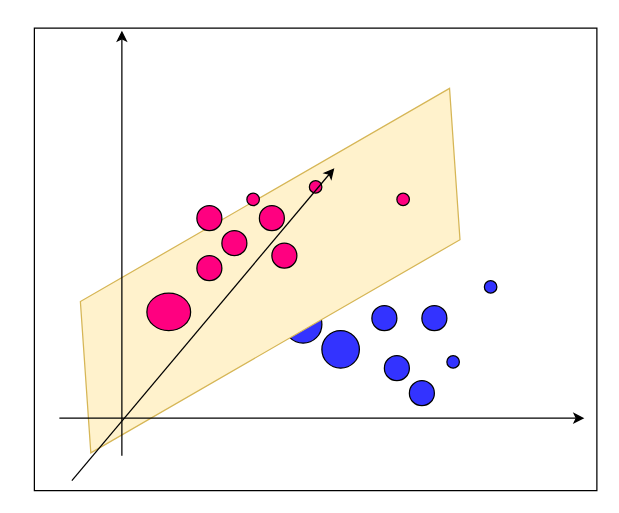
The draw.io diagram 3DSVC.drawio in Chayanika-Basak/draw.io-files, before the edit. Source tidied: cells renumbered, new cells numbered last; positions are measured from the earlier drawing's top-left corner, leaving out a move shared by most shapes. Both pictures are drawn from the tidied source at 125%, with x=0, y=0 at pixel (24, 28).
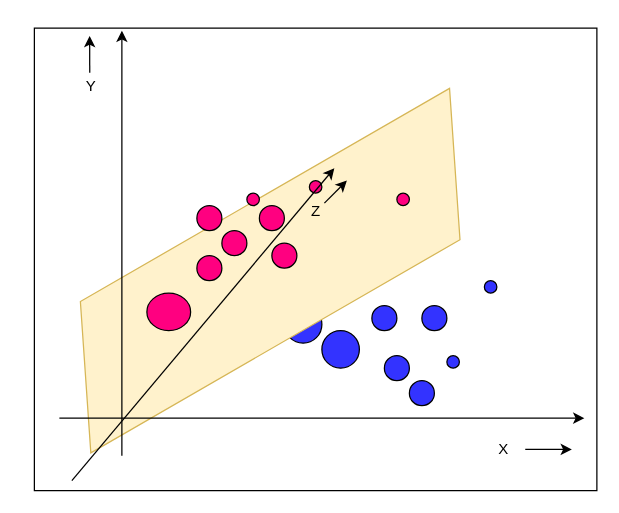
Above is the later version.

The edit, as a diff of the source:
```diff
@@
+    <mxCell id="24" value="Y" style="text;html=1;align=center;verticalAlign=middle;fillColor=none;strokeColor=none;rounded=0;" parent="1" vertex="1">
+      <mxGeometry x="38" y="32" width="30" height="30" as="geometry" />
+    </mxCell>
+    <mxCell id="25" value="Z" style="text;html=1;align=center;verticalAlign=middle;fillColor=none;strokeColor=none;rounded=0;" parent="1" vertex="1">
+      <mxGeometry x="218" y="132" width="30" height="30" as="geometry" />
+    </mxCell>
+    <mxCell id="26" value="X" style="text;html=1;align=center;verticalAlign=middle;fillColor=none;strokeColor=none;rounded=0;" parent="1" vertex="1">
+      <mxGeometry x="368" y="322" width="30" height="30" as="geometry" />
+    </mxCell>
+    <mxCell id="27" style="endArrow=classic;html=1;rounded=0;exitX=0.444;exitY=-0.111;exitDx=0;exitDy=0;exitPerimeter=0;entryX=0.096;entryY=-0.002;entryDx=0;entryDy=0;entryPerimeter=0;" parent="1" edge="1">
+      <mxGeometry relative="1" as="geometry">
+        <mxPoint x="52.3" y="35.7" as="sourcePoint" />
+        <mxPoint x="52.2" y="6.3" as="targetPoint" />
+      </mxGeometry>
+    </mxCell>
+    <mxCell id="28" style="endArrow=classic;html=1;rounded=0;exitX=1.089;exitY=0.6;exitDx=0;exitDy=0;exitPerimeter=0;" parent="1" edge="1">
+      <mxGeometry relative="1" as="geometry">
+        <mxPoint x="400.7" y="337" as="sourcePoint" />
+        <mxPoint x="438" y="337" as="targetPoint" />
+      </mxGeometry>
+    </mxCell>
+    <mxCell id="29" style="endArrow=classic;html=1;rounded=0;" parent="1" edge="1">
+      <mxGeometry relative="1" as="geometry">
+        <mxPoint x="240" y="140" as="sourcePoint" />
+        <mxPoint x="258" y="122" as="targetPoint" />
+      </mxGeometry>
+    </mxCell>
```
